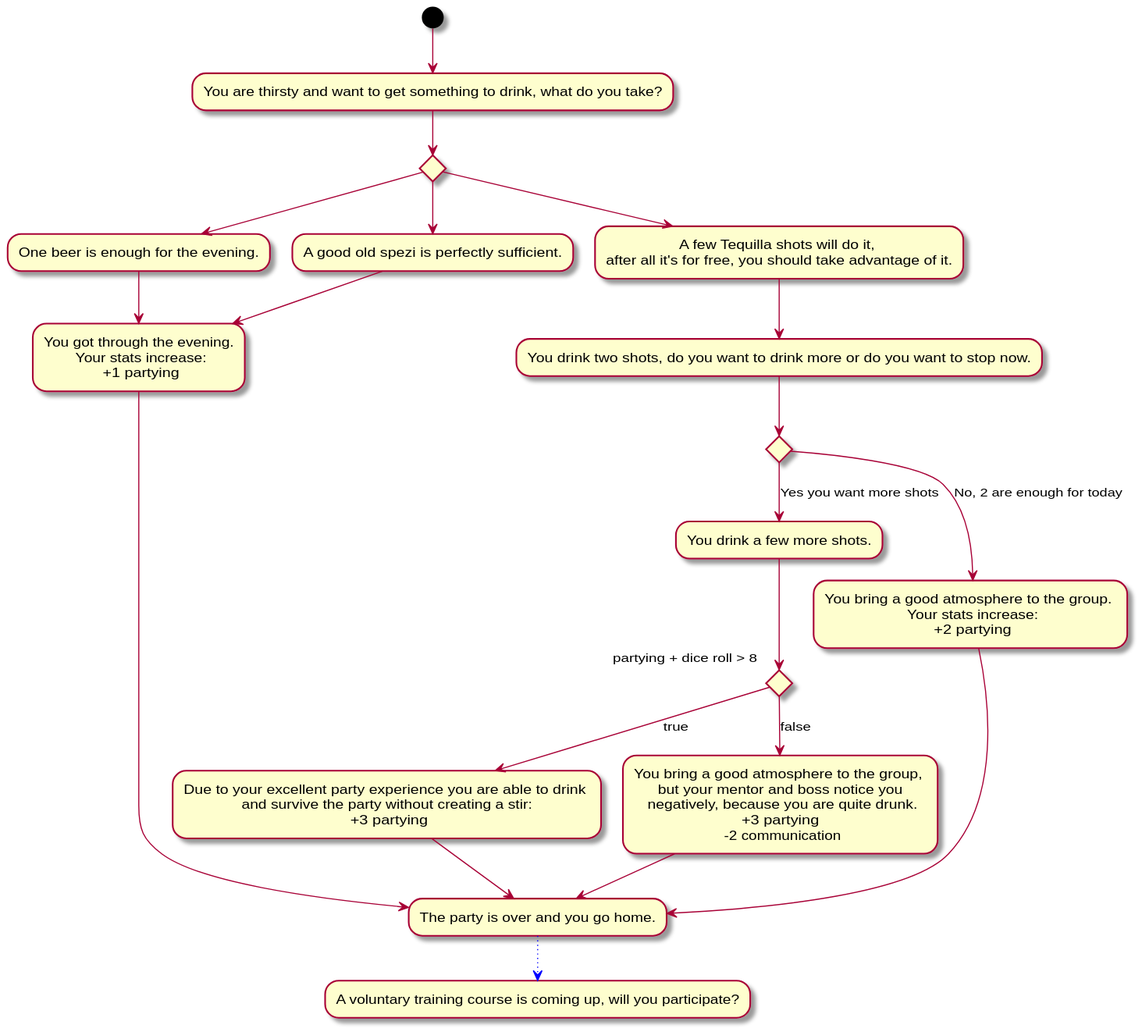
The PlantUML diagram Docs/Technical Specifications/docs/diagrams/StoryFlow/StoryFlow_Decision_8.svg in Brotenko/QualityQuest, before a commit.
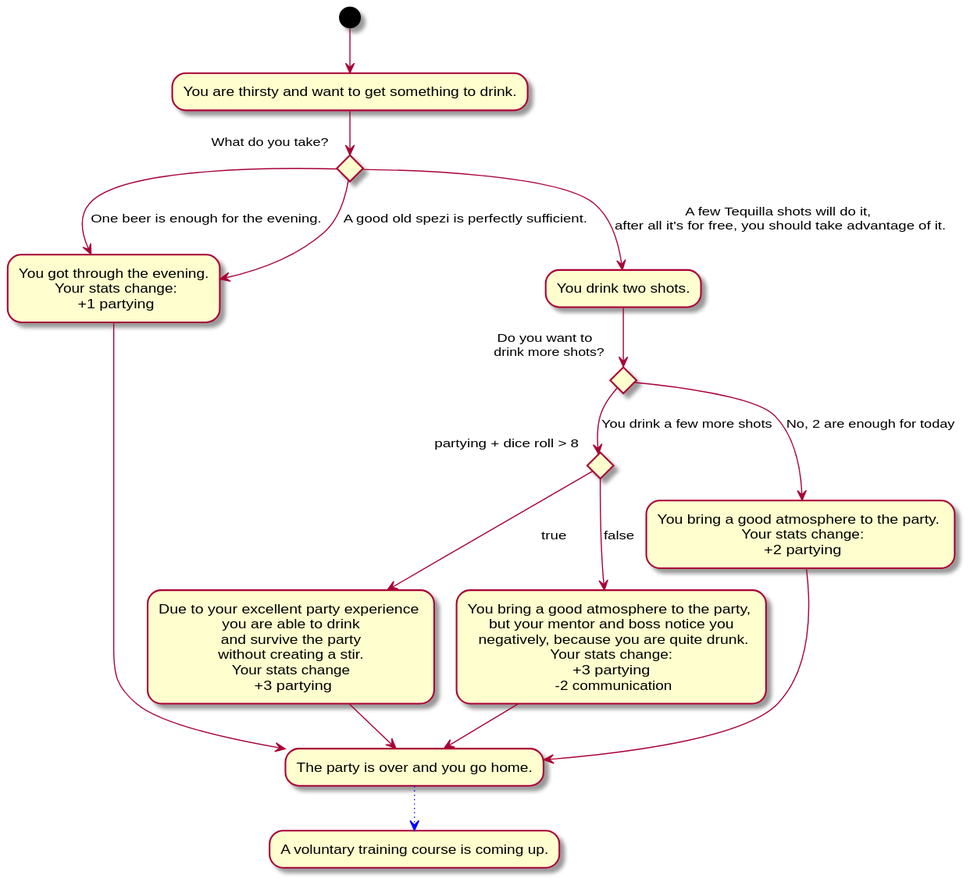
The same file after the commit.

Diff of the diagram source:
```diff
@@ -1,27 +1,23 @@
 @startuml
-(*) --> "You are thirsty and want to get something to drink, what do you take?" as alc
-if "" then
---> "One beer is enough for the evening." as genießen
-genießen --> "You got through the evening.\n Your stats increase:\n +1 partying" as party
+(*) --> "You are thirsty and want to get something to drink."
+if "What do you take?" then
+--> [One beer is enough for the evening.] "You got through the evening.\n Your stats change:\n +1 partying" as lightParty
 else
---> "A good old spezi is perfectly sufficient."
---> party
+--> [A good old spezi is perfectly sufficient.] lightParty
 else
---> "A few Tequilla shots will do it, \nafter all it's for free, you should take advantage of it."
---> "You drink two shots, do you want to drink more or do you want to stop now."
-if "" then
---> [Yes you want more shots] "You drink a few more shots."
-if "partying + dice roll > 8" as drink then
---> [true] "Due to your excellent party experience you are able to drink \n and survive the party without creating a stir: \n +3 partying" as goodEnd
+-->[A few Tequilla shots will do it, \nafter all it's for free, you should take advantage of it.]"You drink two shots."
+if "Do you want to \n drink more shots?" then
+--> [You drink a few more shots] if "partying + dice roll > 8" as drink then
+--> [true] "Due to your excellent party experience \n you are able to drink \n and survive the party \n without creating a stir. \n Your stats change \n +3 partying" as goodEnd
 else
---> [false] "You bring a good atmosphere to the group, \n but your mentor and boss notice you \n negatively, because you are quite drunk.\n +3 partying \n -2 communication" as heavydrunk
+--> [false] "You bring a good atmosphere to the party, \n but your mentor and boss notice you \n negatively, because you are quite drunk.\n Your stats change: \n +3 partying \n -2 communication" as heavydrunk
 endif
 else
---> [No, 2 are enough for today] "You bring a good atmosphere to the group. \n Your stats increase:\n +2 partying"
+--> [No, 2 are enough for today] "You bring a good atmosphere to the party. \n Your stats change:\n +2 partying"
 endif
 --> "The party is over and you go home." as home
 heavydrunk --> home
-party --> home
+lightParty --> home
 goodEnd --> home
--[#blue,dotted]-> "A voluntary training course is coming up, will you participate?"
+-[#blue,dotted]-> "A voluntary training course is coming up."
 @enduml
```
